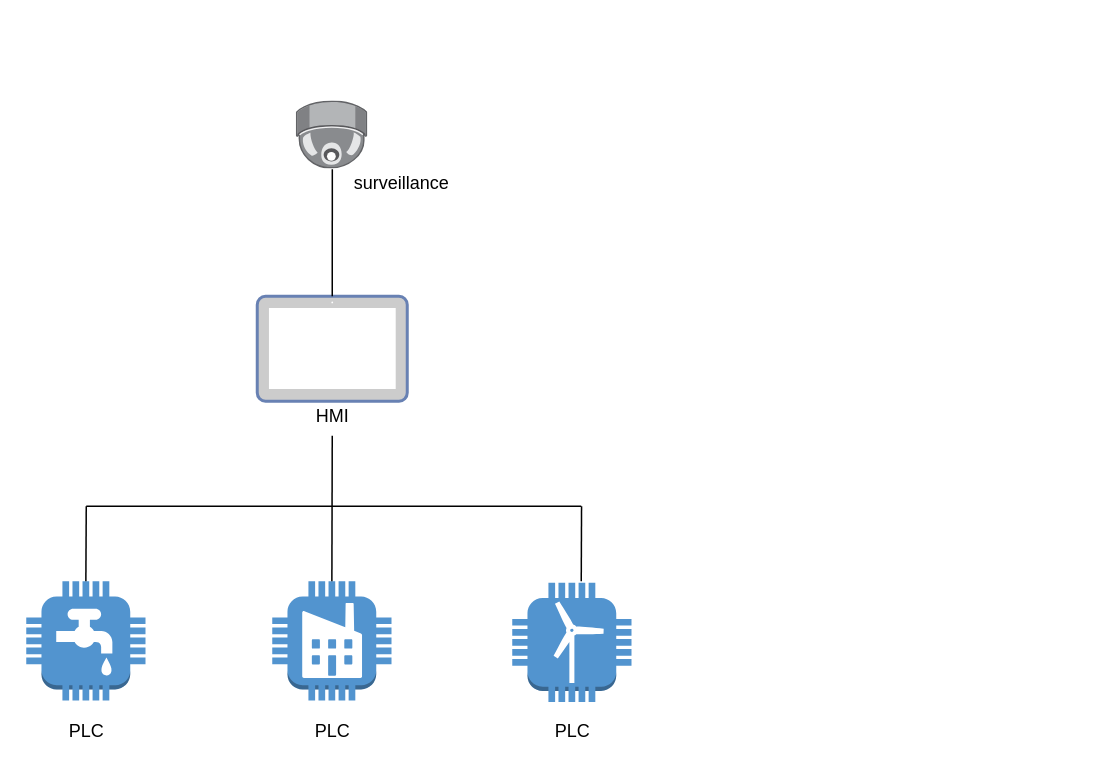
cld4h/draw.io-documents keeps this draw.io diagram as ICS.drawio. Above is the earlier version. Source tidied: cells renumbered, new cells numbered last; positions are measured from the earlier drawing's top-left corner, leaving out a move shared by most shapes. Both pictures are drawn from the tidied source at 150%, with x=0, y=0 at pixel (26, 100).
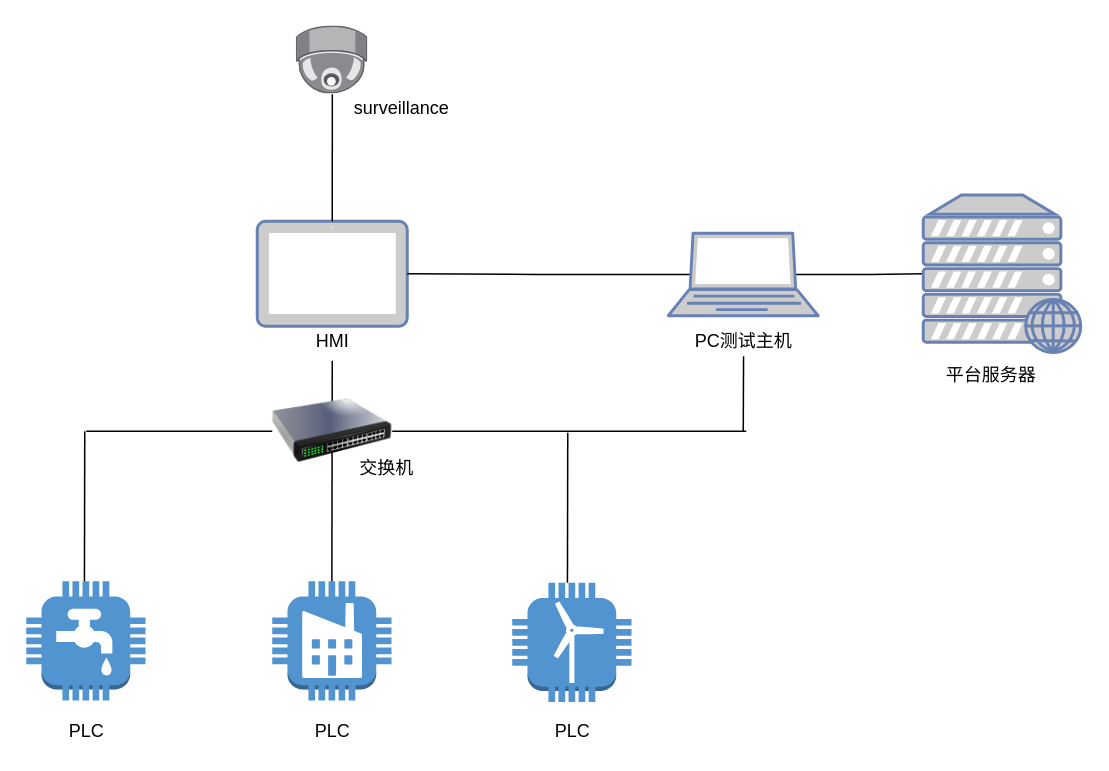
The same diagram, later.

Unchanged cells that the change refers to:
```xml
<mxCell id="4" style="outlineConnect=0;dashed=0;verticalLabelPosition=bottom;verticalAlign=top;align=center;html=1;shape=mxgraph.aws3.utility;fillColor=#5294CF;gradientColor=none;" parent="1" vertex="1">
  <mxGeometry y="320" width="79.5" height="79.5" as="geometry" />
</mxCell>
```

Change to the diagram source:
```diff
@@
     <mxCell id="2" style="fontColor=#0066CC;verticalAlign=top;verticalLabelPosition=bottom;labelPosition=center;align=center;html=1;outlineConnect=0;fillColor=#CCCCCC;strokeColor=#6881B3;gradientColor=none;gradientDirection=north;strokeWidth=2;shape=mxgraph.networks.tablet;" parent="1" vertex="1">
-      <mxGeometry x="154" y="130" width="100" height="70" as="geometry" />
+      <mxGeometry x="154" y="80" width="100" height="70" as="geometry" />
     </mxCell>
     <mxCell id="3" value="HMI" style="text;html=1;align=center;verticalAlign=middle;points=[];strokeColor=none;fillColor=none;" parent="1" vertex="1">
-      <mxGeometry x="184" y="200" width="40" height="20" as="geometry" />
+      <mxGeometry x="184" y="150" width="40" height="20" as="geometry" />
     </mxCell>
@@
-    <mxCell id="8" style="endArrow=none;html=1;rounded=0;" parent="1" edge="1">
+    <mxCell id="8" style="endArrow=none;html=1;rounded=0;startArrow=none;" parent="1" edge="1" source="24">
       <mxGeometry relative="1" as="geometry">
-        <mxPoint x="40" y="270" as="sourcePoint" />
-        <mxPoint x="370" y="270" as="targetPoint" />
+        <mxPoint x="480" y="220" as="targetPoint" />
       </mxGeometry>
     </mxCell>
-    <mxCell id="9" style="endArrow=none;html=1;rounded=0;exitX=0.5;exitY=0;exitDx=0;exitDy=0;exitPerimeter=0;" parent="1" edge="1" source="4">
+    <mxCell id="9" style="endArrow=none;html=1;rounded=0;exitX=0.5;exitY=0;exitDx=0;exitDy=0;exitPerimeter=0;" parent="1" edge="1">
       <mxGeometry relative="1" as="geometry">
-        <mxPoint x="40" y="270" as="targetPoint" />
+        <mxPoint x="38.8" y="320" as="sourcePoint" />
+        <mxPoint x="39" y="220" as="targetPoint" />
       </mxGeometry>
     </mxCell>
-    <mxCell id="10" style="endArrow=none;html=1;rounded=0;exitX=0.5;exitY=0;exitDx=0;exitDy=0;exitPerimeter=0;" parent="1" edge="1">
-      <mxGeometry relative="1" as="geometry">
-        <mxPoint x="370" y="320" as="sourcePoint" />
-        <mxPoint x="370.2" y="270" as="targetPoint" />
-      </mxGeometry>
-    </mxCell>
@@
     <mxCell id="14" style="points=[];html=1;align=center;shadow=0;dashed=0;image;image=img/lib/allied_telesis/security/Surveillance_Camera_Ceiling.svg;" parent="1" vertex="1">
-      <mxGeometry x="180.2" width="47.7" height="45.4" as="geometry" />
+      <mxGeometry x="180.2" y="-50" width="47.7" height="45.4" as="geometry" />
     </mxCell>
@@
     <mxCell id="16" value="surveillance" style="text;html=1;align=center;verticalAlign=middle;strokeColor=none;fillColor=none;" parent="1" vertex="1">
-      <mxGeometry x="210" y="45.4" width="80" height="20" as="geometry" />
+      <mxGeometry x="210" y="-4.6" width="80" height="20" as="geometry" />
     </mxCell>
+    <mxCell id="17" style="edgeStyle=orthogonalEdgeStyle;rounded=0;jettySize=auto;html=1;exitX=0.85;exitY=0.5;exitDx=0;exitDy=0;exitPerimeter=0;entryX=0;entryY=0.5;entryDx=0;entryDy=0;entryPerimeter=0;endArrow=none;endFill=0;" parent="1" edge="1" source="19" target="21">
+      <mxGeometry relative="1" as="geometry" />
+    </mxCell>
+    <mxCell id="18" style="edgeStyle=orthogonalEdgeStyle;rounded=0;jettySize=auto;html=1;exitX=0.15;exitY=0.5;exitDx=0;exitDy=0;exitPerimeter=0;entryX=1;entryY=0.5;entryDx=0;entryDy=0;entryPerimeter=0;startArrow=none;startFill=0;endArrow=none;endFill=0;" parent="1" edge="1" source="19" target="2">
+      <mxGeometry relative="1" as="geometry" />
+    </mxCell>
+    <mxCell id="19" style="fontColor=#0066CC;verticalAlign=top;verticalLabelPosition=bottom;labelPosition=center;align=center;html=1;outlineConnect=0;fillColor=#CCCCCC;strokeColor=#6881B3;gradientColor=none;gradientDirection=north;strokeWidth=2;shape=mxgraph.networks.laptop;" parent="1" vertex="1">
+      <mxGeometry x="428" y="88" width="100" height="55" as="geometry" />
+    </mxCell>
+    <mxCell id="20" value="PC测试主机" style="text;html=1;align=center;verticalAlign=middle;strokeColor=none;fillColor=none;" parent="1" vertex="1">
+      <mxGeometry x="433" y="145" width="90" height="30" as="geometry" />
+    </mxCell>
+    <mxCell id="21" style="fontColor=#0066CC;verticalAlign=top;verticalLabelPosition=bottom;labelPosition=center;align=center;html=1;outlineConnect=0;fillColor=#CCCCCC;strokeColor=#6881B3;gradientColor=none;gradientDirection=north;strokeWidth=2;shape=mxgraph.networks.web_server;" parent="1" vertex="1">
+      <mxGeometry x="598" y="62.5" width="105" height="105" as="geometry" />
+    </mxCell>
+    <mxCell id="22" value="平台服务器" style="text;html=1;align=center;verticalAlign=middle;strokeColor=none;fillColor=none;" parent="1" vertex="1">
+      <mxGeometry x="603" y="167.5" width="80" height="30" as="geometry" />
+    </mxCell>
+    <mxCell id="23" style="endArrow=none;html=1;rounded=0;exitX=0.5;exitY=0;exitDx=0;exitDy=0;exitPerimeter=0;" parent="1" edge="1">
+      <mxGeometry relative="1" as="geometry">
+        <mxPoint x="478" y="220" as="sourcePoint" />
+        <mxPoint x="478.2" y="170" as="targetPoint" />
+      </mxGeometry>
+    </mxCell>
+    <mxCell id="24" style="image;html=1;image=img/lib/clip_art/networking/Switch_128x128.png;" parent="1" vertex="1">
+      <mxGeometry x="164" y="180" width="80" height="80" as="geometry" />
+    </mxCell>
+    <mxCell id="25" style="endArrow=none;html=1;rounded=0;" parent="1" edge="1" target="24">
+      <mxGeometry relative="1" as="geometry">
+        <mxPoint x="40" y="220" as="sourcePoint" />
+      </mxGeometry>
+    </mxCell>
+    <mxCell id="26" style="endArrow=none;html=1;rounded=0;exitX=0.5;exitY=0;exitDx=0;exitDy=0;exitPerimeter=0;" parent="1" edge="1">
+      <mxGeometry relative="1" as="geometry">
+        <mxPoint x="360.8" y="321" as="sourcePoint" />
+        <mxPoint x="361" y="221" as="targetPoint" />
+      </mxGeometry>
+    </mxCell>
+    <mxCell id="27" value="交换机" style="text;html=1;align=center;verticalAlign=middle;strokeColor=none;fillColor=none;" parent="1" vertex="1">
+      <mxGeometry x="210" y="230" width="60" height="30" as="geometry" />
+    </mxCell>
```
